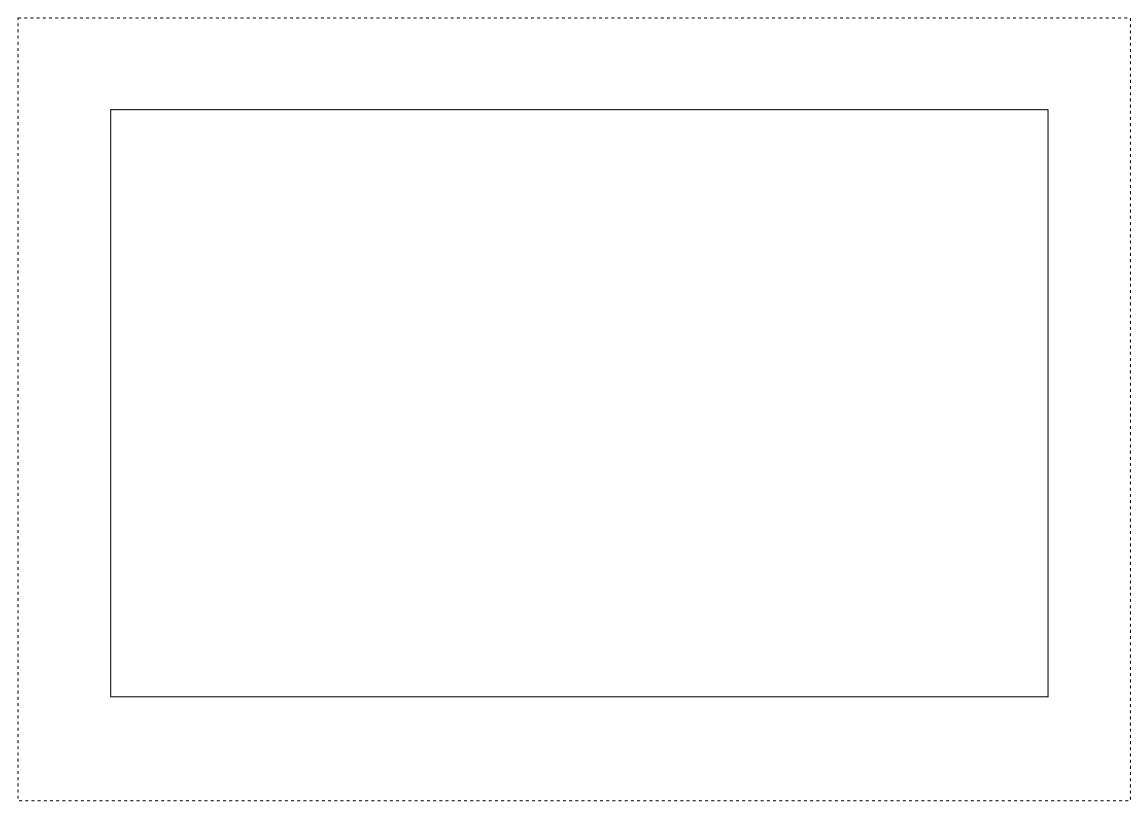
Earlier version of the draw.io diagram Redes.drawio (Pmacoy/AzureAssemble). Source tidied: cells renumbered, new cells numbered last; positions are measured from the earlier drawing's top-left corner, leaving out a move shared by most shapes. Both pictures are drawn from the tidied source at 103%, with x=0, y=0 at pixel (18, 18).
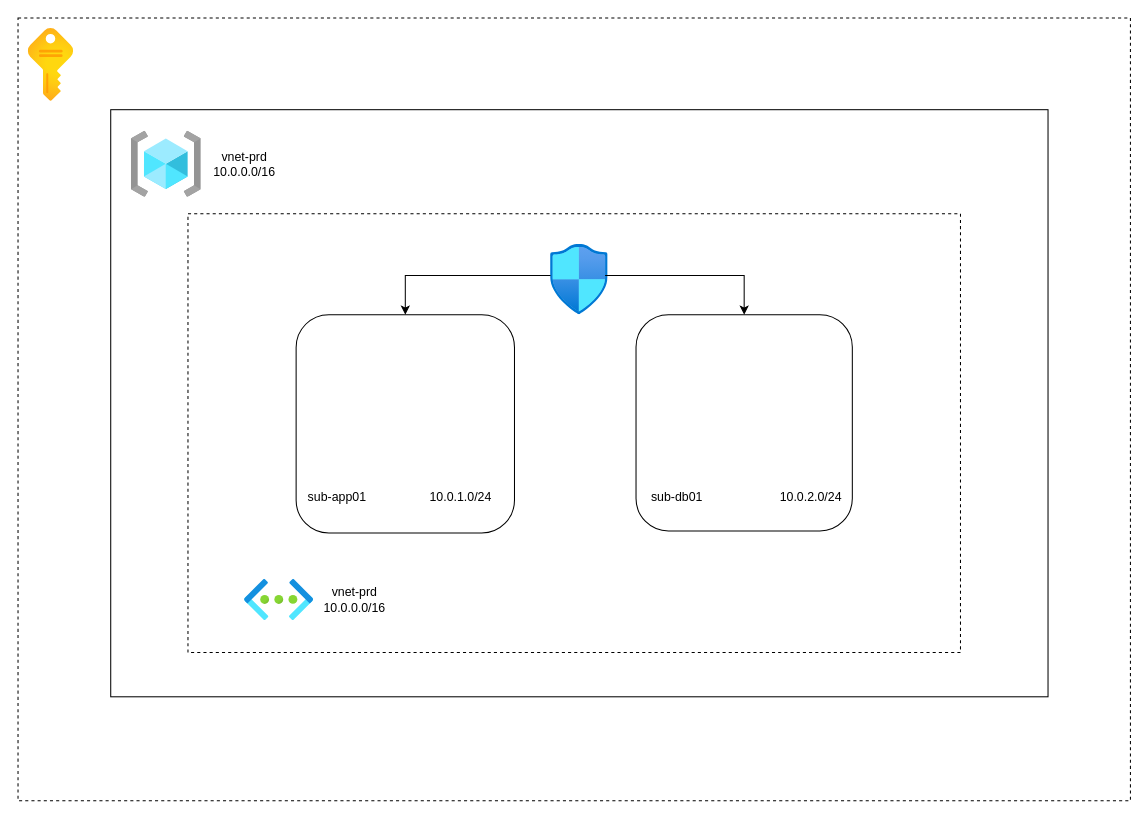
The same page after the edit.

The edit, as a diff of the source:
```diff
@@
+    <mxCell id="4" style="image;html=1;align=center;fontSize=12;image=img/lib/azure2/general/Resource_Groups.svg;" parent="1" vertex="1">
+      <mxGeometry x="110" y="110" width="68" height="64" as="geometry" />
+    </mxCell>
+    <mxCell id="5" style="image;html=1;align=center;fontSize=12;image=img/lib/azure2/networking/Network_Security_Groups.svg;" parent="1" vertex="1">
+      <mxGeometry x="517" y="220" width="56" height="68" as="geometry" />
+    </mxCell>
+    <mxCell id="6" style="image;html=1;align=center;fontSize=12;image=img/lib/azure2/networking/Virtual_Networks.svg;" parent="1" vertex="1">
+      <mxGeometry x="220" y="545" width="67" height="40" as="geometry" />
+    </mxCell>
+    <mxCell id="7" style="whiteSpace=wrap;html=1;rounded=1;" parent="1" vertex="1">
+      <mxGeometry x="270" y="288" width="212" height="212" as="geometry" />
+    </mxCell>
+    <mxCell id="8" style="whiteSpace=wrap;html=1;rounded=1;" parent="1" vertex="1">
+      <mxGeometry x="600" y="288" width="210" height="210" as="geometry" />
+    </mxCell>
+    <mxCell id="9" style="endArrow=classic;html=1;rounded=0;entryX=0.5;entryY=0;entryDx=0;entryDy=0;" parent="1" edge="1" target="8">
+      <mxGeometry relative="1" as="geometry">
+        <mxPoint x="570" y="250" as="sourcePoint" />
+        <Array as="points">
+          <mxPoint x="705" y="250" />
+        </Array>
+      </mxGeometry>
+    </mxCell>
+    <mxCell id="10" style="endArrow=classic;html=1;rounded=0;entryX=0.5;entryY=0;entryDx=0;entryDy=0;" parent="1" edge="1" target="7">
+      <mxGeometry relative="1" as="geometry">
+        <mxPoint x="517" y="250" as="sourcePoint" />
+        <Array as="points">
+          <mxPoint x="376" y="250" />
+        </Array>
+      </mxGeometry>
+    </mxCell>
+    <mxCell id="11" value="vnet-prd&lt;br&gt;10.0.0.0/16" style="text;html=1;strokeColor=none;fillColor=none;align=center;verticalAlign=middle;whiteSpace=wrap;rounded=0;" parent="1" vertex="1">
+      <mxGeometry x="297" y="550" width="60" height="30" as="geometry" />
+    </mxCell>
+    <mxCell id="12" value="sub-app01" style="text;html=1;strokeColor=none;fillColor=none;align=center;verticalAlign=middle;whiteSpace=wrap;rounded=0;" parent="1" vertex="1">
+      <mxGeometry x="280" y="450" width="60" height="30" as="geometry" />
+    </mxCell>
+    <mxCell id="13" value="sub-db01" style="text;html=1;strokeColor=none;fillColor=none;align=center;verticalAlign=middle;whiteSpace=wrap;rounded=0;" parent="1" vertex="1">
+      <mxGeometry x="610" y="450" width="60" height="30" as="geometry" />
+    </mxCell>
+    <mxCell id="14" value="vnet-prd&lt;br&gt;10.0.0.0/16" style="text;html=1;strokeColor=none;fillColor=none;align=center;verticalAlign=middle;whiteSpace=wrap;rounded=0;" parent="1" vertex="1">
+      <mxGeometry x="190" y="127" width="60" height="30" as="geometry" />
+    </mxCell>
+    <mxCell id="15" value="10.0.2.0/24" style="text;html=1;strokeColor=none;fillColor=none;align=center;verticalAlign=middle;whiteSpace=wrap;rounded=0;" parent="1" vertex="1">
+      <mxGeometry x="740" y="450" width="60" height="30" as="geometry" />
+    </mxCell>
+    <mxCell id="16" value="10.0.1.0/24" style="text;html=1;strokeColor=none;fillColor=none;align=center;verticalAlign=middle;whiteSpace=wrap;rounded=0;" parent="1" vertex="1">
+      <mxGeometry x="400" y="450" width="60" height="30" as="geometry" />
+    </mxCell>
+    <mxCell id="17" style="image;html=1;align=center;fontSize=12;image=img/lib/azure2/general/Subscriptions.svg;" parent="1" vertex="1">
+      <mxGeometry x="10" y="10" width="44" height="71" as="geometry" />
+    </mxCell>
+    <mxCell id="18" style="rounded=0;whiteSpace=wrap;html=1;fillColor=none;strokeColor=default;dashed=1;" parent="1" vertex="1">
+      <mxGeometry x="165" y="190" width="750" height="426" as="geometry" />
+    </mxCell>
```
